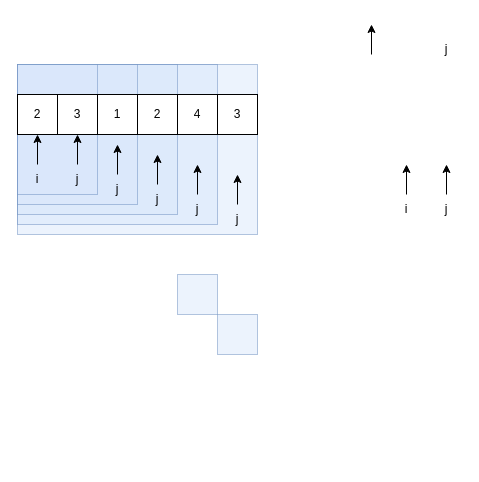
liu-moon/img keeps this draw.io diagram as 209长度最小的子数组.drawio. Above is the earlier version. Source tidied: cells renumbered, new cells numbered last; positions are measured from the earlier drawing's top-left corner, leaving out a move shared by most shapes. Both pictures are drawn from the tidied source at 100%, with x=0, y=0 at pixel (17, 24).
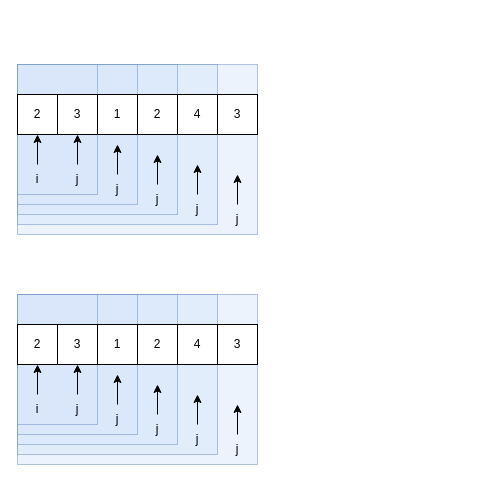
The same diagram, later.

Commit message (it also covers changes not shown here):
更新209长度最小的子数组.drawio

The edit, as a diff of the source:
```diff
@@
-    <mxCell id="15" style="endArrow=classic;html=1;rounded=0;entryX=0.5;entryY=1;entryDx=0;entryDy=0;" parent="1" edge="1">
-      <mxGeometry relative="1" as="geometry">
-        <mxPoint x="354" y="30" as="sourcePoint" />
-        <mxPoint x="354" as="targetPoint" />
-      </mxGeometry>
-    </mxCell>
-    <mxCell id="16" value="j" style="text;html=1;align=center;verticalAlign=middle;whiteSpace=wrap;rounded=0;" parent="1" vertex="1">
-      <mxGeometry x="414" y="10" width="30" height="30" as="geometry" />
-    </mxCell>
-    <mxCell id="17" style="endArrow=classic;html=1;rounded=0;entryX=0.5;entryY=1;entryDx=0;entryDy=0;" parent="1" edge="1">
-      <mxGeometry relative="1" as="geometry">
-        <mxPoint x="389" y="170" as="sourcePoint" />
-        <mxPoint x="389" y="140" as="targetPoint" />
-      </mxGeometry>
-    </mxCell>
-    <mxCell id="18" value="i" style="text;html=1;align=center;verticalAlign=middle;whiteSpace=wrap;rounded=0;" parent="1" vertex="1">
-      <mxGeometry x="374" y="170" width="30" height="30" as="geometry" />
-    </mxCell>
-    <mxCell id="19" style="endArrow=classic;html=1;rounded=0;entryX=0.5;entryY=1;entryDx=0;entryDy=0;" parent="1" edge="1">
-      <mxGeometry relative="1" as="geometry">
-        <mxPoint x="429" y="170" as="sourcePoint" />
-        <mxPoint x="429" y="140" as="targetPoint" />
-      </mxGeometry>
-    </mxCell>
-    <mxCell id="20" value="j" style="text;html=1;align=center;verticalAlign=middle;whiteSpace=wrap;rounded=0;" parent="1" vertex="1">
-      <mxGeometry x="414" y="170" width="30" height="30" as="geometry" />
-    </mxCell>
-    <mxCell id="21" style="rounded=0;whiteSpace=wrap;html=1;opacity=50;fillColor=#dae8fc;strokeColor=#6c8ebf;" parent="1" vertex="1">
-      <mxGeometry x="160" y="250" width="40" height="40" as="geometry" />
-    </mxCell>
-    <mxCell id="22" style="rounded=0;whiteSpace=wrap;html=1;opacity=50;fillColor=#dae8fc;strokeColor=#6c8ebf;" parent="1" vertex="1">
-      <mxGeometry x="200" y="290" width="40" height="40" as="geometry" />
-    </mxCell>
@@
+    <mxCell id="33" style="rounded=0;whiteSpace=wrap;html=1;opacity=50;fillColor=#dae8fc;strokeColor=#6c8ebf;" parent="1" vertex="1">
+      <mxGeometry y="270" width="240" height="170" as="geometry" />
+    </mxCell>
+    <mxCell id="34" style="rounded=0;whiteSpace=wrap;html=1;opacity=50;fillColor=#dae8fc;strokeColor=#6c8ebf;" parent="1" vertex="1">
+      <mxGeometry y="270" width="200" height="160" as="geometry" />
+    </mxCell>
+    <mxCell id="35" style="rounded=0;whiteSpace=wrap;html=1;opacity=50;fillColor=#dae8fc;strokeColor=#6c8ebf;" parent="1" vertex="1">
+      <mxGeometry y="270" width="160" height="150" as="geometry" />
+    </mxCell>
+    <mxCell id="36" style="rounded=0;whiteSpace=wrap;html=1;opacity=50;fillColor=#dae8fc;strokeColor=#6c8ebf;" parent="1" vertex="1">
+      <mxGeometry y="270" width="120" height="140" as="geometry" />
+    </mxCell>
+    <mxCell id="37" style="rounded=0;whiteSpace=wrap;html=1;opacity=50;fillColor=#dae8fc;strokeColor=#6c8ebf;" parent="1" vertex="1">
+      <mxGeometry y="270" width="80" height="130" as="geometry" />
+    </mxCell>
+    <mxCell id="38" value="2" style="rounded=0;whiteSpace=wrap;html=1;" parent="1" vertex="1">
+      <mxGeometry y="300" width="40" height="40" as="geometry" />
+    </mxCell>
+    <mxCell id="39" value="3" style="rounded=0;whiteSpace=wrap;html=1;" parent="1" vertex="1">
+      <mxGeometry x="40" y="300" width="40" height="40" as="geometry" />
+    </mxCell>
+    <mxCell id="40" value="1" style="rounded=0;whiteSpace=wrap;html=1;" parent="1" vertex="1">
+      <mxGeometry x="80" y="300" width="40" height="40" as="geometry" />
+    </mxCell>
+    <mxCell id="41" value="2" style="rounded=0;whiteSpace=wrap;html=1;" parent="1" vertex="1">
+      <mxGeometry x="120" y="300" width="40" height="40" as="geometry" />
+    </mxCell>
+    <mxCell id="42" value="4" style="rounded=0;whiteSpace=wrap;html=1;" parent="1" vertex="1">
+      <mxGeometry x="160" y="300" width="40" height="40" as="geometry" />
+    </mxCell>
+    <mxCell id="43" value="3" style="rounded=0;whiteSpace=wrap;html=1;" parent="1" vertex="1">
+      <mxGeometry x="200" y="300" width="40" height="40" as="geometry" />
+    </mxCell>
+    <mxCell id="44" style="endArrow=classic;html=1;rounded=0;entryX=0.5;entryY=1;entryDx=0;entryDy=0;" parent="1" edge="1" target="38">
+      <mxGeometry relative="1" as="geometry">
+        <mxPoint x="20" y="370" as="sourcePoint" />
+      </mxGeometry>
+    </mxCell>
+    <mxCell id="18" value="i" style="text;html=1;align=center;verticalAlign=middle;whiteSpace=wrap;rounded=0;" parent="1" vertex="1">
+      <mxGeometry x="5" y="370" width="30" height="30" as="geometry" />
+    </mxCell>
+    <mxCell id="45" style="endArrow=classic;html=1;rounded=0;entryX=0.5;entryY=1;entryDx=0;entryDy=0;" parent="1" edge="1">
+      <mxGeometry relative="1" as="geometry">
+        <mxPoint x="60" y="370" as="sourcePoint" />
+        <mxPoint x="60" y="340" as="targetPoint" />
+      </mxGeometry>
+    </mxCell>
+    <mxCell id="46" value="j" style="text;html=1;align=center;verticalAlign=middle;whiteSpace=wrap;rounded=0;" parent="1" vertex="1">
+      <mxGeometry x="45" y="370" width="30" height="30" as="geometry" />
+    </mxCell>
+    <mxCell id="47" style="endArrow=classic;html=1;rounded=0;entryX=0.5;entryY=1;entryDx=0;entryDy=0;" parent="1" edge="1">
+      <mxGeometry relative="1" as="geometry">
+        <mxPoint x="100" y="380" as="sourcePoint" />
+        <mxPoint x="100" y="350" as="targetPoint" />
+      </mxGeometry>
+    </mxCell>
+    <mxCell id="48" value="j" style="text;html=1;align=center;verticalAlign=middle;whiteSpace=wrap;rounded=0;" parent="1" vertex="1">
+      <mxGeometry x="85" y="380" width="30" height="30" as="geometry" />
+    </mxCell>
+    <mxCell id="49" style="endArrow=classic;html=1;rounded=0;entryX=0.5;entryY=1;entryDx=0;entryDy=0;" parent="1" edge="1">
+      <mxGeometry relative="1" as="geometry">
+        <mxPoint x="140" y="390" as="sourcePoint" />
+        <mxPoint x="140" y="360" as="targetPoint" />
+      </mxGeometry>
+    </mxCell>
+    <mxCell id="50" value="j" style="text;html=1;align=center;verticalAlign=middle;whiteSpace=wrap;rounded=0;" parent="1" vertex="1">
+      <mxGeometry x="125" y="390" width="30" height="30" as="geometry" />
+    </mxCell>
+    <mxCell id="51" style="endArrow=classic;html=1;rounded=0;entryX=0.5;entryY=1;entryDx=0;entryDy=0;" parent="1" edge="1">
+      <mxGeometry relative="1" as="geometry">
+        <mxPoint x="180" y="400" as="sourcePoint" />
+        <mxPoint x="180" y="370" as="targetPoint" />
+      </mxGeometry>
+    </mxCell>
+    <mxCell id="52" value="j" style="text;html=1;align=center;verticalAlign=middle;whiteSpace=wrap;rounded=0;" parent="1" vertex="1">
+      <mxGeometry x="165" y="400" width="30" height="30" as="geometry" />
+    </mxCell>
+    <mxCell id="53" style="endArrow=classic;html=1;rounded=0;entryX=0.5;entryY=1;entryDx=0;entryDy=0;" parent="1" edge="1">
+      <mxGeometry relative="1" as="geometry">
+        <mxPoint x="220" y="410" as="sourcePoint" />
+        <mxPoint x="220" y="380" as="targetPoint" />
+      </mxGeometry>
+    </mxCell>
+    <mxCell id="54" value="j" style="text;html=1;align=center;verticalAlign=middle;whiteSpace=wrap;rounded=0;" parent="1" vertex="1">
+      <mxGeometry x="205" y="410" width="30" height="30" as="geometry" />
+    </mxCell>
```
